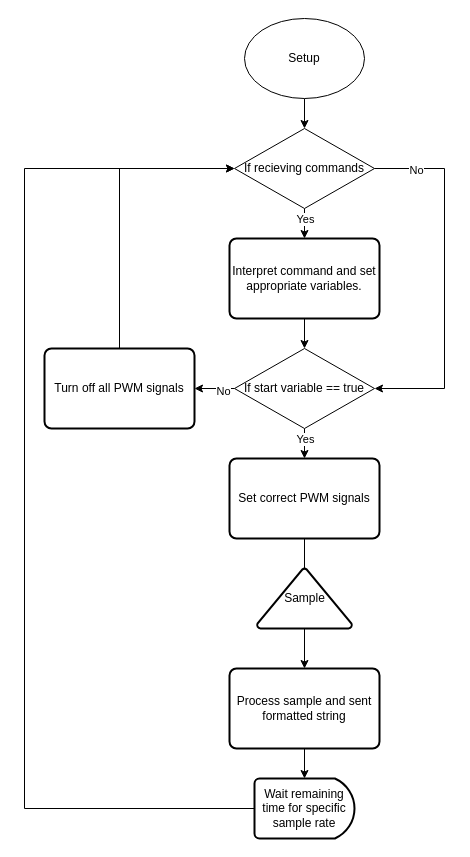
Above: Prac-1-Report/Images/MCU_Flow1.drawio in nelisClaasen/EBB-Pracs (draw.io), before the change. Source tidied: cells renumbered, new cells numbered last; positions are measured from the earlier drawing's top-left corner, leaving out a move shared by most shapes. Both pictures are drawn from the tidied source at 100%, with x=0, y=0 at pixel (24, 18).
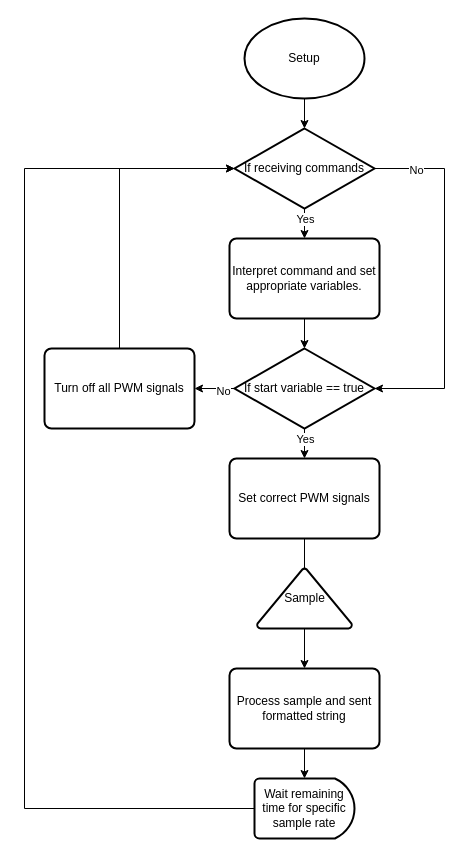
The same page after the edit.

Commit message (it also covers changes not shown here):
Fixed spelling mistakes in flow diagrams

The edit, as a diff of the source:
```diff
@@
-    <mxCell id="3" value="Setup" style="ellipse;whiteSpace=wrap;html=1;" parent="1" vertex="1">
+    <mxCell id="3" value="Setup" style="ellipse;whiteSpace=wrap;html=1;strokeWidth=2;" parent="1" vertex="1">
       <mxGeometry x="220" width="120" height="80" as="geometry" />
     </mxCell>
@@
-    <mxCell id="8" value="If recieving commands" style="rhombus;whiteSpace=wrap;html=1;" parent="1" vertex="1">
+    <mxCell id="8" value="If receiving commands" style="rhombus;whiteSpace=wrap;html=1;strokeWidth=2;" parent="1" vertex="1">
       <mxGeometry x="210" y="110" width="140" height="80" as="geometry" />
     </mxCell>
@@
-    <mxCell id="15" value="If start variable == true" style="rhombus;whiteSpace=wrap;html=1;" parent="1" vertex="1">
+    <mxCell id="15" value="If start variable == true" style="rhombus;whiteSpace=wrap;html=1;strokeWidth=2;" parent="1" vertex="1">
       <mxGeometry x="210" y="330" width="140" height="80" as="geometry" />
     </mxCell>
```
